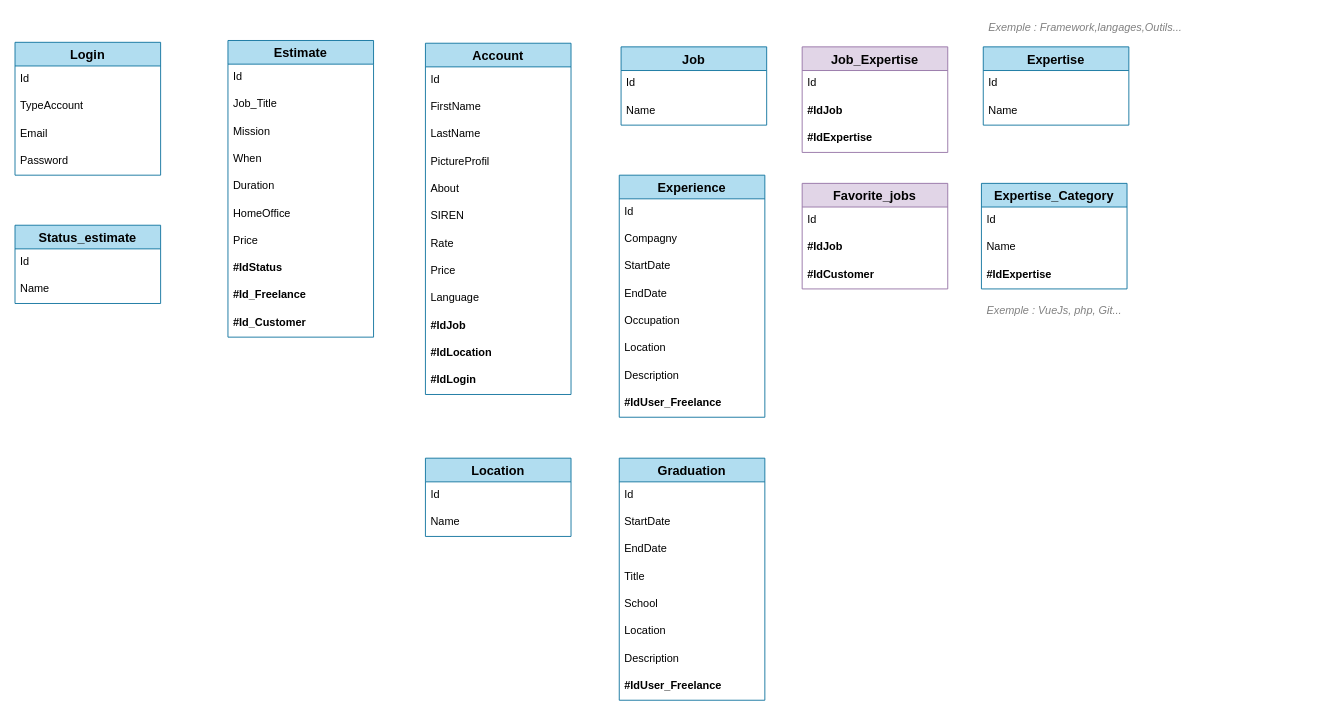
Above: page "MLD" (2 of 2) of Mcd_Mld.drawio in Nyaraa-2/take_off_bdd (draw.io), before the change. Source tidied: cells renumbered, new cells numbered last; positions are measured from the earlier drawing's top-left corner, leaving out a move shared by most shapes. Both pictures are drawn from the tidied source at 91%, with x=0, y=0 at pixel (15, 15).
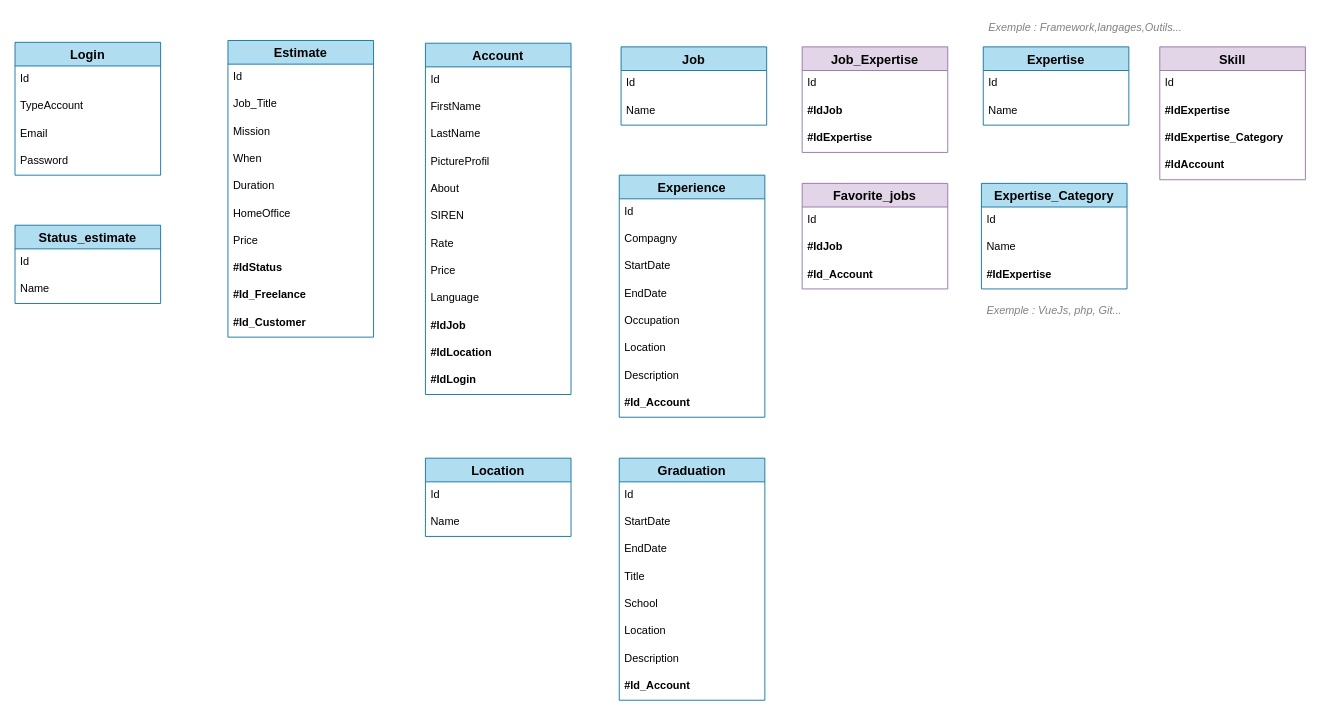
After the change.

Commit message (it also covers changes not shown here):
:bug: correction mcd mld, ajout de l'entité skill

Unchanged cells that the change refers to:
```xml
<mxCell id="10" value="Graduation" style="swimlane;fontStyle=1;horizontal=1;startSize=26;align=center;fontSize=14;fillColor=#b1ddf0;strokeColor=#10739e;" parent="1" vertex="1">
  <mxGeometry x="664" y="487" width="160" height="266" as="geometry" />
</mxCell>
<mxCell id="32" value="Experience" style="swimlane;fontStyle=1;horizontal=1;startSize=26;align=center;fontSize=14;fillColor=#b1ddf0;strokeColor=#10739e;" parent="1" vertex="1">
  <mxGeometry x="664" y="176" width="160" height="266" as="geometry" />
</mxCell>
<mxCell id="66" value="Favorite_jobs" style="swimlane;fontStyle=1;horizontal=1;startSize=26;align=center;fontSize=14;fillColor=#e1d5e7;strokeColor=#9673a6;" parent="1" vertex="1">
  <mxGeometry x="865" y="185" width="160" height="116" as="geometry" />
</mxCell>
```

Diff of the diagram source:
```diff
@@
-    <mxCell id="18" value="#IdUser_Freelance" style="text;strokeColor=none;fillColor=none;spacingLeft=4;spacingRight=4;overflow=hidden;fontSize=12;fontStyle=1;" parent="10" vertex="1">
+    <mxCell id="18" value="#Id_Account" style="text;strokeColor=none;fillColor=none;spacingLeft=4;spacingRight=4;overflow=hidden;fontSize=12;fontStyle=1;" parent="10" vertex="1">
       <mxGeometry y="236" width="160" height="30" as="geometry" />
     </mxCell>
@@
-    <mxCell id="40" value="#IdUser_Freelance" style="text;strokeColor=none;fillColor=none;spacingLeft=4;spacingRight=4;overflow=hidden;fontSize=12;fontStyle=1;" parent="32" vertex="1">
+    <mxCell id="40" value="#Id_Account" style="text;strokeColor=none;fillColor=none;spacingLeft=4;spacingRight=4;overflow=hidden;fontSize=12;fontStyle=1;" parent="32" vertex="1">
       <mxGeometry y="236" width="160" height="30" as="geometry" />
     </mxCell>
@@
-    <mxCell id="69" value="#IdCustomer" style="text;strokeColor=none;fillColor=none;spacingLeft=4;spacingRight=4;overflow=hidden;fontSize=12;fontStyle=1;" parent="66" vertex="1">
+    <mxCell id="69" value="#Id_Account" style="text;strokeColor=none;fillColor=none;spacingLeft=4;spacingRight=4;overflow=hidden;fontSize=12;fontStyle=1;" parent="66" vertex="1">
       <mxGeometry y="86" width="160" height="30" as="geometry" />
     </mxCell>
@@
+    <mxCell id="75" value="Skill" style="swimlane;fontStyle=1;horizontal=1;startSize=26;align=center;fontSize=14;fillColor=#e1d5e7;strokeColor=#9673a6;" parent="1" vertex="1">
+      <mxGeometry x="1258" y="35" width="160" height="146" as="geometry" />
+    </mxCell>
+    <mxCell id="76" value="Id" style="text;strokeColor=none;fillColor=none;spacingLeft=4;spacingRight=4;overflow=hidden;fontSize=12;" parent="75" vertex="1">
+      <mxGeometry y="26" width="160" height="30" as="geometry" />
+    </mxCell>
+    <mxCell id="77" value="#IdExpertise" style="text;strokeColor=none;fillColor=none;spacingLeft=4;spacingRight=4;overflow=hidden;fontSize=12;fontStyle=1;" parent="75" vertex="1">
+      <mxGeometry y="56" width="160" height="30" as="geometry" />
+    </mxCell>
+    <mxCell id="78" value="#IdExpertise_Category" style="text;strokeColor=none;fillColor=none;spacingLeft=4;spacingRight=4;overflow=hidden;fontSize=12;fontStyle=1;" parent="75" vertex="1">
+      <mxGeometry y="86" width="160" height="30" as="geometry" />
+    </mxCell>
+    <mxCell id="79" value="#IdAccount" style="text;strokeColor=none;fillColor=none;spacingLeft=4;spacingRight=4;overflow=hidden;fontSize=12;fontStyle=1;" parent="75" vertex="1">
+      <mxGeometry y="116" width="160" height="30" as="geometry" />
+    </mxCell>
```
